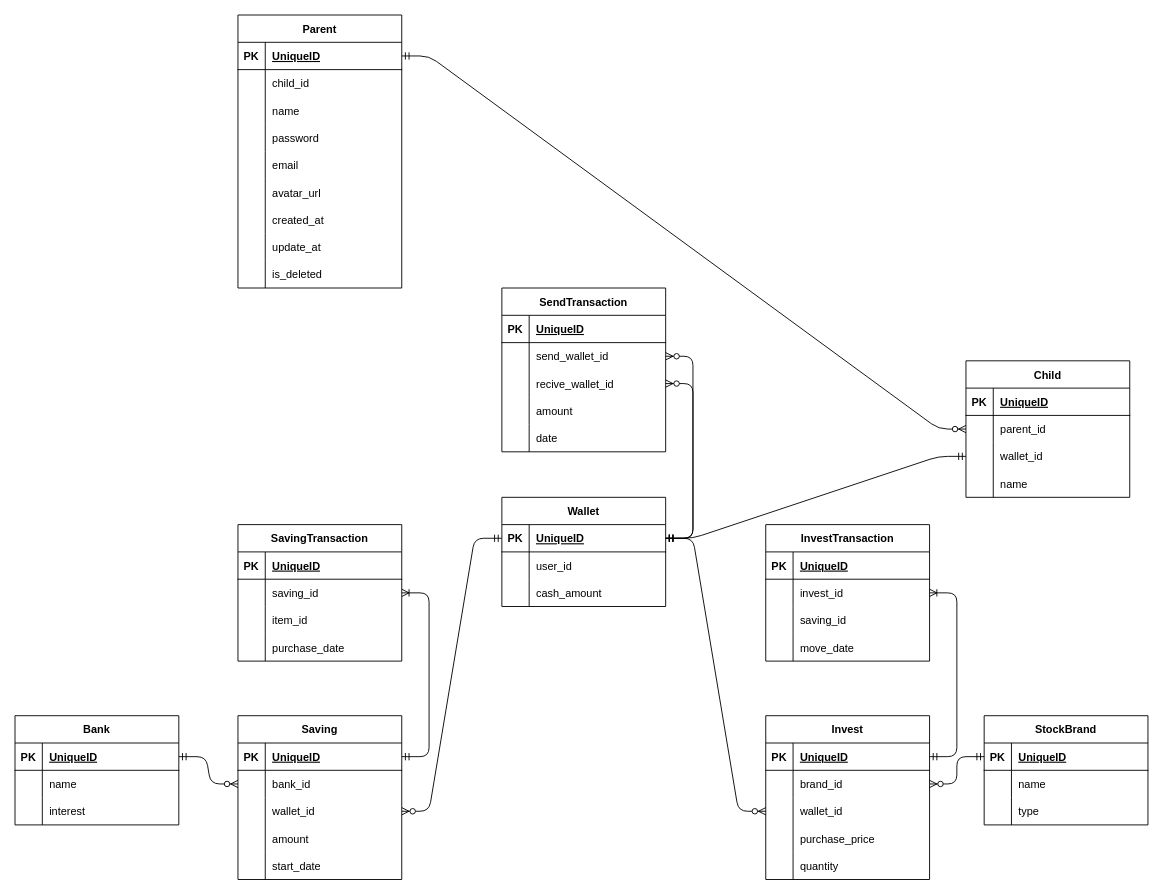
The draw.io diagram design_documents/entity_relation.dio in unwissenheit/finance-world, before the edit. Source tidied: cells renumbered, new cells numbered last; positions are measured from the earlier drawing's top-left corner, leaving out a move shared by most shapes. Both pictures are drawn from the tidied source at 91%, with x=0, y=0 at pixel (15, 15).
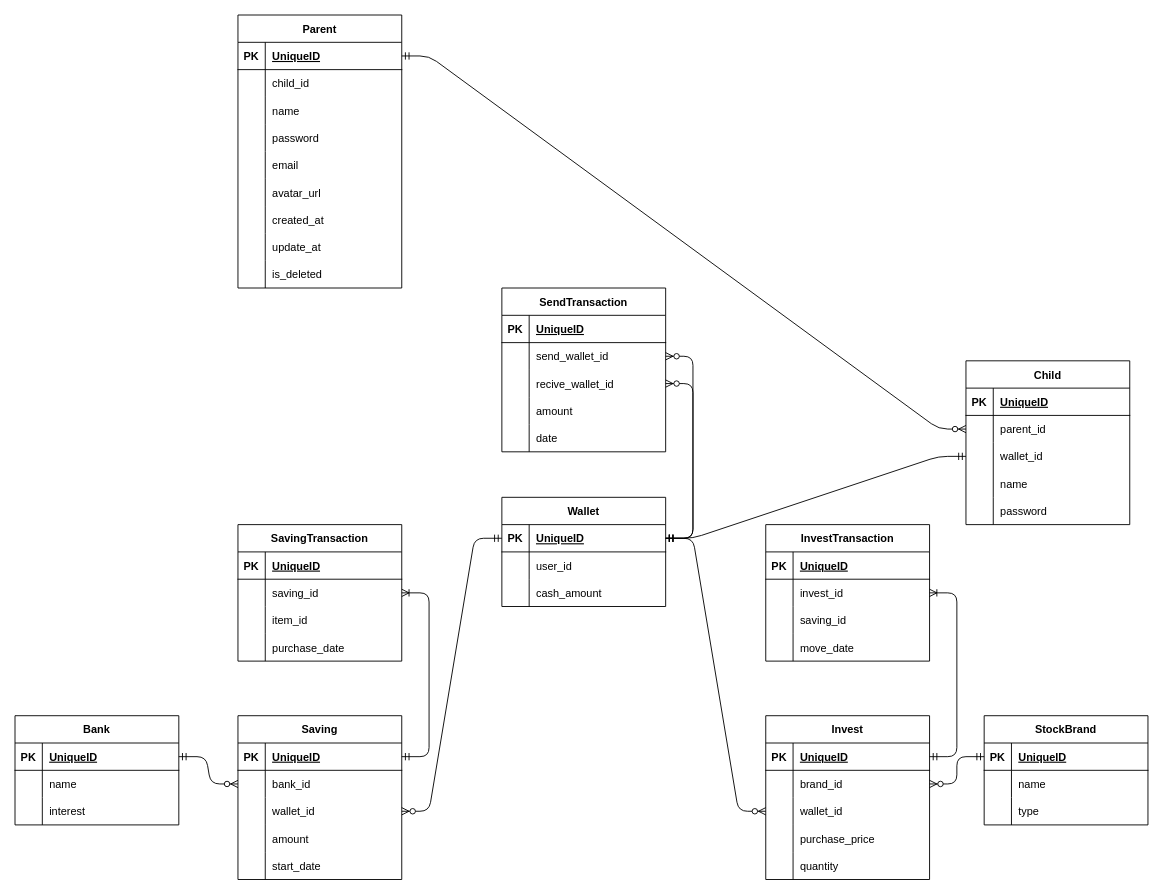
The same page after the edit.

Commit message:
[update] Childテーブルの項目を追加 - 子ユーザーのパスワードが必要だと判断

What changed in the source:
```diff
@@
     <mxCell id="30" value="Child" style="shape=table;startSize=30;childLayout=tableLayout;rowLines=0;fontStyle=1;align=center;" parent="1" vertex="1">
-      <mxGeometry x="1045" y="380" width="180" height="150" as="geometry" />
+      <mxGeometry x="1045" y="380" width="180" height="180" as="geometry" />
     </mxCell>
@@
+    <mxCell id="157" style="shape=tableRow;horizontal=0;startSize=0;swimlaneHead=0;swimlaneBody=0;fillColor=none;top=0;left=0;right=0;bottom=0;" parent="30" vertex="1">
+      <mxGeometry y="150" width="180" height="30" as="geometry" />
+    </mxCell>
+    <mxCell id="158" style="shape=partialRectangle;fillColor=none;top=0;left=0;bottom=0;right=0;overflow=hidden;" parent="157" vertex="1">
+      <mxGeometry width="30" height="30" as="geometry" />
+    </mxCell>
+    <mxCell id="159" value="password" style="shape=partialRectangle;fillColor=none;top=0;left=0;bottom=0;right=0;align=left;spacingLeft=6;overflow=hidden;" parent="157" vertex="1">
+      <mxGeometry x="30" width="150" height="30" as="geometry" />
+    </mxCell>
```
